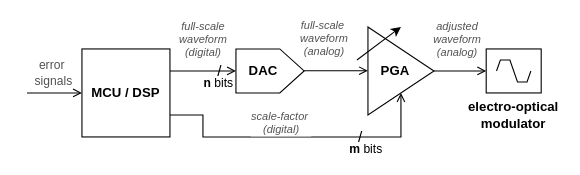
Earlier version of the draw.io diagram img/dedicated_gain_stage.drawio (slawomir-niespodziany/sdk_modulator). Source tidied: cells renumbered, new cells numbered last; positions are measured from the earlier drawing's top-left corner, leaving out a move shared by most shapes. Both pictures are drawn from the tidied source at 110%, with x=0, y=0 at pixel (26, 26).
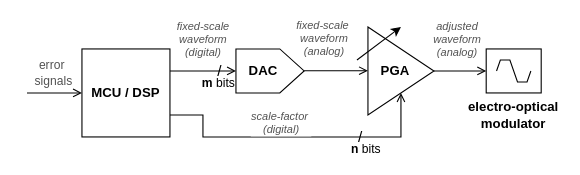
After the change.

Unchanged cells that the change refers to:
```xml
<mxCell id="4" style="edgeStyle=orthogonalEdgeStyle;rounded=0;orthogonalLoop=1;jettySize=auto;html=1;exitX=1;exitY=0.5;exitDx=0;exitDy=0;entryX=0;entryY=0.5;entryDx=0;entryDy=0;endArrow=open;endFill=0;exitPerimeter=0;" parent="1" edge="1">
  <mxGeometry relative="1" as="geometry">
    <mxPoint x="252" y="39.8" as="sourcePoint" />
    <mxPoint x="310" y="39.8" as="targetPoint" />
  </mxGeometry>
</mxCell>
<mxCell id="11" style="edgeStyle=orthogonalEdgeStyle;rounded=0;jettySize=auto;html=1;exitX=1;exitY=0.25;exitDx=0;exitDy=0;entryX=0;entryY=0.5;entryDx=0;entryDy=0;endArrow=open;endFill=0;entryPerimeter=0;" parent="1" edge="1" source="21" target="2">
  <mxGeometry relative="1" as="geometry" />
</mxCell>
<mxCell id="15" style="edgeStyle=orthogonalEdgeStyle;rounded=0;jettySize=auto;html=1;exitX=1;exitY=0.75;exitDx=0;exitDy=0;entryX=0.5;entryY=1;entryDx=0;entryDy=0;endArrow=open;endFill=0;" parent="1" edge="1" source="21" target="8">
  <mxGeometry relative="1" as="geometry">
    <Array as="points">
      <mxPoint x="160" y="80" />
      <mxPoint x="160" y="100" />
      <mxPoint x="340" y="100" />
    </Array>
  </mxGeometry>
</mxCell>
```

The edit, as a diff of the source:
```diff
@@
-    <mxCell id="5" value="full-scale&amp;nbsp;&lt;br&gt;&lt;div&gt;waveform&lt;/div&gt;&lt;div&gt;(analog)&lt;/div&gt;" style="edgeLabel;html=1;align=center;verticalAlign=middle;fontStyle=2;fontSize=10;fontColor=#525252;" parent="4" vertex="1">
+    <mxCell id="5" value="fixed-scale&amp;nbsp;&lt;br&gt;&lt;div&gt;waveform&lt;/div&gt;&lt;div&gt;(analog)&lt;/div&gt;" style="edgeLabel;html=1;align=center;verticalAlign=middle;fontStyle=2;fontSize=10;fontColor=#525252;" parent="4" vertex="1">
       <mxGeometry x="-0.09" relative="1" as="geometry">
         <mxPoint x="-9" y="-30" as="offset" />
       </mxGeometry>
     </mxCell>
@@
-    <mxCell id="12" value="&lt;div&gt;full-scale&lt;/div&gt;&lt;div&gt;waveform&lt;br&gt;(digital)&lt;/div&gt;" style="edgeLabel;html=1;align=center;verticalAlign=middle;fontStyle=2;fontSize=10;fontColor=#525252;" parent="11" vertex="1">
+    <mxCell id="12" value="&lt;div&gt;fixed-scale&lt;/div&gt;&lt;div&gt;waveform&lt;br&gt;(digital)&lt;/div&gt;" style="edgeLabel;html=1;align=center;verticalAlign=middle;fontStyle=2;fontSize=10;fontColor=#525252;" parent="11" vertex="1">
       <mxGeometry x="-0.04" y="2" relative="1" as="geometry">
         <mxPoint y="-28" as="offset" />
       </mxGeometry>
     </mxCell>
-    <mxCell id="13" value="n &lt;span style=&quot;font-weight: normal;&quot;&gt;bits&lt;/span&gt;" style="edgeLabel;html=1;align=center;verticalAlign=middle;fontStyle=1;" parent="11" vertex="1">
+    <mxCell id="13" value="m&amp;nbsp;&lt;span style=&quot;font-weight: normal;&quot;&gt;bits&lt;/span&gt;" style="edgeLabel;html=1;align=center;verticalAlign=middle;fontStyle=1;" parent="11" vertex="1">
       <mxGeometry x="0.69" relative="1" as="geometry">
         <mxPoint x="-8" y="10" as="offset" />
       </mxGeometry>
     </mxCell>
@@
-    <mxCell id="17" value="m &lt;span style=&quot;font-weight: normal;&quot;&gt;bits&lt;/span&gt;" style="edgeLabel;html=1;align=center;verticalAlign=middle;fontStyle=1;" parent="15" vertex="1">
+    <mxCell id="17" value="n&amp;nbsp;&lt;span style=&quot;font-weight: normal;&quot;&gt;bits&lt;/span&gt;" style="edgeLabel;html=1;align=center;verticalAlign=middle;fontStyle=1;" parent="15" vertex="1">
       <mxGeometry x="0.42" relative="1" as="geometry">
         <mxPoint x="5" y="10" as="offset" />
       </mxGeometry>
     </mxCell>
```
